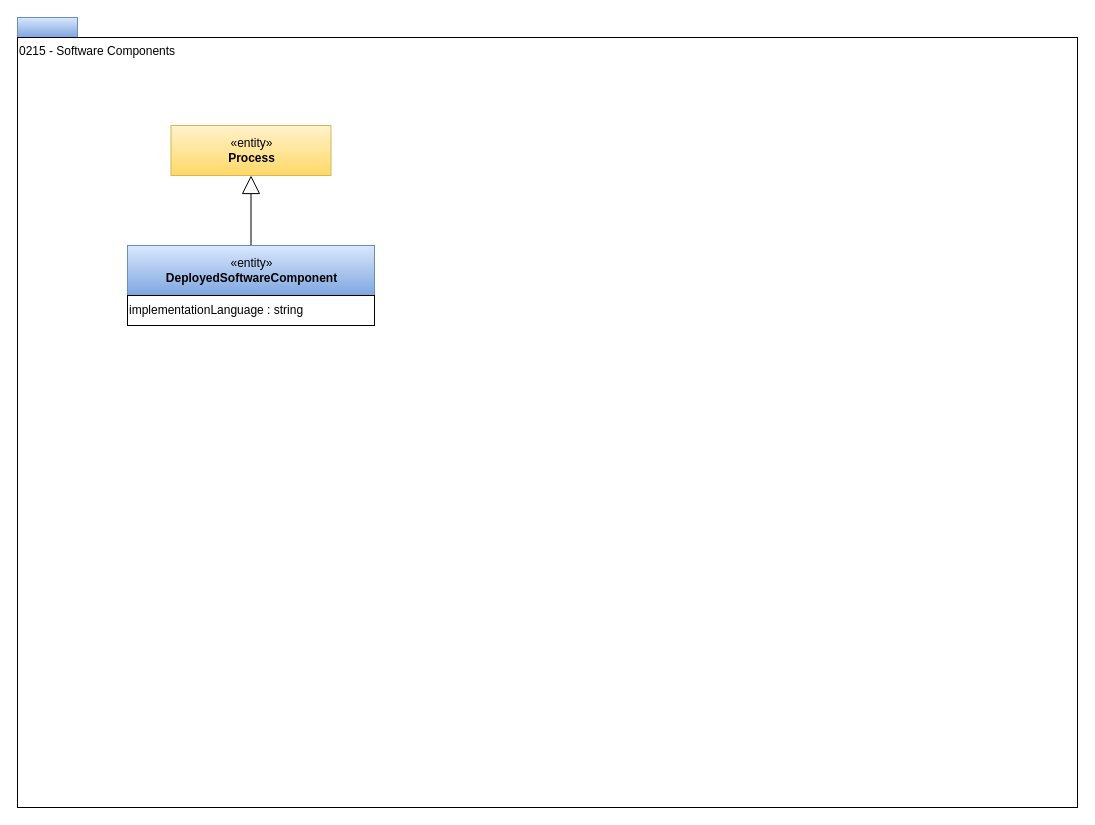
The draw.io diagram page "0215-Software-Components" (6 of 12) of open-metadata-publication/website/open-metadata-types/area-2-assets.drawio in odpi/egeria, before the edit. Source tidied: cells renumbered, new cells numbered last; positions are measured from the earlier drawing's top-left corner, leaving out a move shared by most shapes. Both pictures are drawn from the tidied source at 100%, with x=0, y=0 at pixel (17, 17).
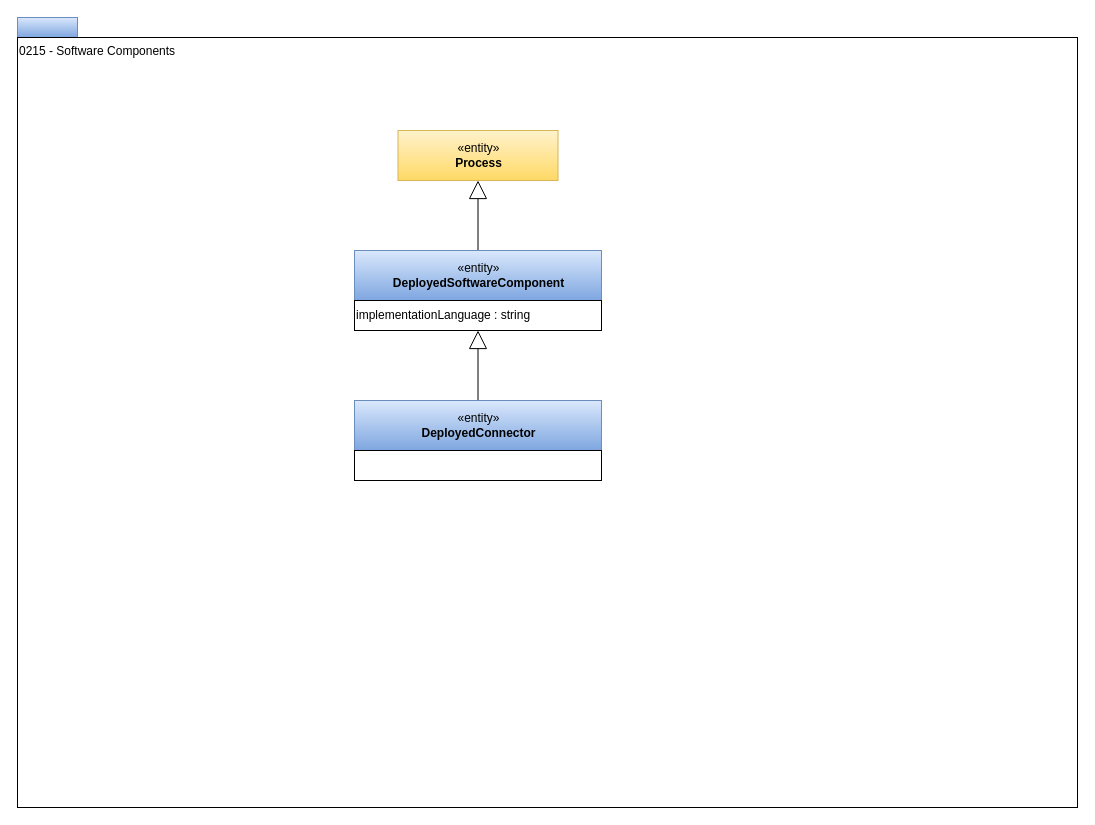
The same diagram, later.

The edit, as a diff of the source:
```diff
@@
 <mxGraphModel>
   <root>
     <mxCell id="0" />
     <mxCell id="1" parent="0" />
     <mxCell id="2" style="group;" parent="1" vertex="1">
       <mxGeometry width="1060" height="790" as="geometry" />
     </mxCell>
     <mxCell id="3" style="rounded=0;whiteSpace=wrap;html=1;align=left;fillColor=#dae8fc;strokeColor=#6c8ebf;gradientColor=#7ea6e0;" parent="2" vertex="1">
       <mxGeometry width="60" height="20" as="geometry" />
     </mxCell>
     <mxCell id="4" value="0215 - Software Components" style="rounded=0;whiteSpace=wrap;html=1;align=left;verticalAlign=top;" parent="2" vertex="1">
       <mxGeometry y="20" width="1060" height="770" as="geometry" />
     </mxCell>
     <mxCell id="5" value="«entity»&lt;br&gt;&lt;b&gt;Process&lt;/b&gt;" style="html=1;strokeColor=#d6b656;align=center;fillColor=#fff2cc;gradientColor=#ffd966;" parent="2" vertex="1">
-      <mxGeometry x="153.5" y="108" width="160" height="50" as="geometry" />
+      <mxGeometry x="380.5" y="113" width="160" height="50" as="geometry" />
     </mxCell>
     <mxCell id="6" style="edgeStyle=orthogonalEdgeStyle;rounded=0;jettySize=auto;html=1;exitX=0.5;exitY=0;exitDx=0;exitDy=0;entryX=0.5;entryY=1;entryDx=0;entryDy=0;startSize=6;endArrow=block;endFill=0;endSize=16;" parent="2" edge="1" source="8" target="5">
       <mxGeometry relative="1" as="geometry" />
     </mxCell>
     <mxCell id="7" style="group;" parent="2" vertex="1">
-      <mxGeometry x="110" y="228" width="247" height="80" as="geometry" />
+      <mxGeometry x="337" y="233" width="247" height="80" as="geometry" />
     </mxCell>
     <mxCell id="8" value="«entity»&lt;br&gt;&lt;b&gt;DeployedSoftwareComponent&lt;/b&gt;" style="html=1;strokeColor=#6c8ebf;align=center;fillColor=#dae8fc;gradientColor=#7ea6e0;" parent="7" vertex="1">
       <mxGeometry width="247" height="50" as="geometry" />
     </mxCell>
     <mxCell id="9" value="implementationLanguage : string" style="rounded=0;whiteSpace=wrap;html=1;strokeColor=#000000;gradientColor=#ffffff;align=left;" parent="7" vertex="1">
       <mxGeometry y="50" width="247" height="30" as="geometry" />
     </mxCell>
+    <mxCell id="10" style="edgeStyle=orthogonalEdgeStyle;rounded=0;jettySize=auto;html=1;exitX=0.5;exitY=0;exitDx=0;exitDy=0;endArrow=block;endFill=0;endSize=16;" parent="2" edge="1" source="12" target="9">
+      <mxGeometry relative="1" as="geometry">
+        <Array as="points">
+          <mxPoint x="461" y="383" />
+          <mxPoint x="461" y="383" />
+        </Array>
+      </mxGeometry>
+    </mxCell>
+    <mxCell id="11" style="group;" parent="2" vertex="1">
+      <mxGeometry x="337" y="383" width="247" height="80" as="geometry" />
+    </mxCell>
+    <mxCell id="12" value="«entity»&lt;br&gt;&lt;b&gt;DeployedConnector&lt;/b&gt;" style="html=1;strokeColor=#6c8ebf;align=center;fillColor=#dae8fc;gradientColor=#7ea6e0;" parent="11" vertex="1">
+      <mxGeometry width="247" height="50" as="geometry" />
+    </mxCell>
+    <mxCell id="13" style="rounded=0;whiteSpace=wrap;html=1;strokeColor=#000000;gradientColor=#ffffff;align=left;" parent="11" vertex="1">
+      <mxGeometry y="50" width="247" height="30" as="geometry" />
+    </mxCell>
   </root>
 </mxGraphModel>
```
